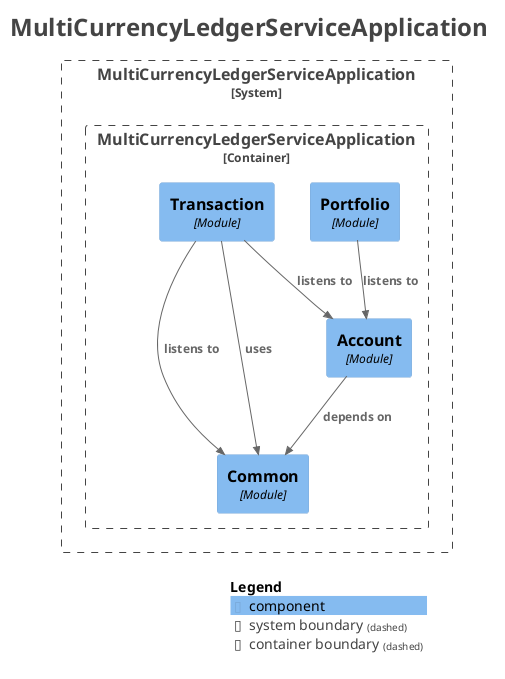
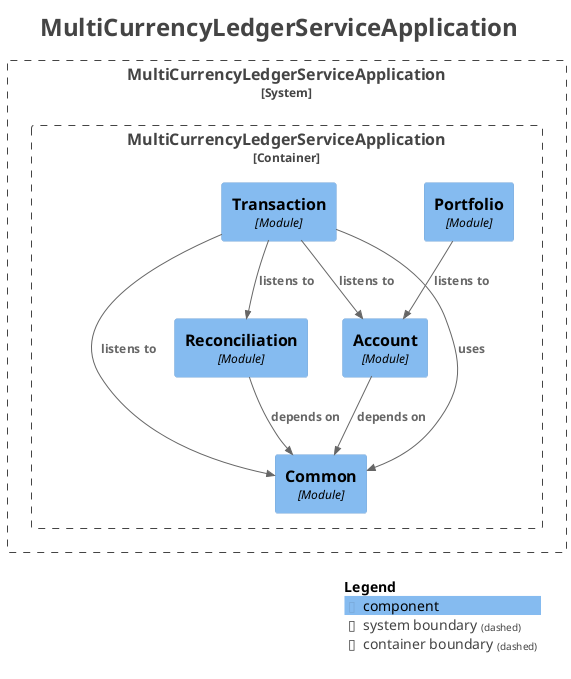
@startuml
title <size:24>MultiCurrencyLedgerServiceApplication</size>

set separator none
top to bottom direction

<style>
  root {
    BackgroundColor: #ffffff
    FontColor: #444444
  }
</style>

!include <C4/C4>
!include <C4/C4_Context>
!include <C4/C4_Component>

System_Boundary("MultiCurrencyLedgerServiceApplication_boundary", "MultiCurrencyLedgerServiceApplication", $tags="") {
  Container_Boundary("MultiCurrencyLedgerServiceApplication.MultiCurrencyLedgerServiceApplication_boundary", "MultiCurrencyLedgerServiceApplication", $tags="") {
    Component(MultiCurrencyLedgerServiceApplication.MultiCurrencyLedgerServiceApplication.Common, "Common", $techn="Module", $descr="", $tags="", $link="")
    Component(MultiCurrencyLedgerServiceApplication.MultiCurrencyLedgerServiceApplication.Account, "Account", $techn="Module", $descr="", $tags="", $link="")
+     Component(MultiCurrencyLedgerServiceApplication.MultiCurrencyLedgerServiceApplication.Reconciliation, "Reconciliation", $techn="Module", $descr="", $tags="", $link="")
    Component(MultiCurrencyLedgerServiceApplication.MultiCurrencyLedgerServiceApplication.Portfolio, "Portfolio", $techn="Module", $descr="", $tags="", $link="")
    Component(MultiCurrencyLedgerServiceApplication.MultiCurrencyLedgerServiceApplication.Transaction, "Transaction", $techn="Module", $descr="", $tags="", $link="")
  }

}

Rel(MultiCurrencyLedgerServiceApplication.MultiCurrencyLedgerServiceApplication.Transaction, MultiCurrencyLedgerServiceApplication.MultiCurrencyLedgerServiceApplication.Account, "listens to", $techn="", $tags="", $link="")
+ Rel(MultiCurrencyLedgerServiceApplication.MultiCurrencyLedgerServiceApplication.Transaction, MultiCurrencyLedgerServiceApplication.MultiCurrencyLedgerServiceApplication.Reconciliation, "listens to", $techn="", $tags="", $link="")
+ Rel(MultiCurrencyLedgerServiceApplication.MultiCurrencyLedgerServiceApplication.Transaction, MultiCurrencyLedgerServiceApplication.MultiCurrencyLedgerServiceApplication.Common, "uses", $techn="", $tags="", $link="")
+ Rel(MultiCurrencyLedgerServiceApplication.MultiCurrencyLedgerServiceApplication.Portfolio, MultiCurrencyLedgerServiceApplication.MultiCurrencyLedgerServiceApplication.Account, "listens to", $techn="", $tags="", $link="")
+ Rel(MultiCurrencyLedgerServiceApplication.MultiCurrencyLedgerServiceApplication.Reconciliation, MultiCurrencyLedgerServiceApplication.MultiCurrencyLedgerServiceApplication.Common, "depends on", $techn="", $tags="", $link="")
+ Rel(MultiCurrencyLedgerServiceApplication.MultiCurrencyLedgerServiceApplication.Account, MultiCurrencyLedgerServiceApplication.MultiCurrencyLedgerServiceApplication.Common, "depends on", $techn="", $tags="", $link="")
Rel(MultiCurrencyLedgerServiceApplication.MultiCurrencyLedgerServiceApplication.Transaction, MultiCurrencyLedgerServiceApplication.MultiCurrencyLedgerServiceApplication.Common, "listens to", $techn="", $tags="", $link="")
- Rel(MultiCurrencyLedgerServiceApplication.MultiCurrencyLedgerServiceApplication.Transaction, MultiCurrencyLedgerServiceApplication.MultiCurrencyLedgerServiceApplication.Common, "uses", $techn="", $tags="", $link="")
- Rel(MultiCurrencyLedgerServiceApplication.MultiCurrencyLedgerServiceApplication.Account, MultiCurrencyLedgerServiceApplication.MultiCurrencyLedgerServiceApplication.Common, "depends on", $techn="", $tags="", $link="")
- Rel(MultiCurrencyLedgerServiceApplication.MultiCurrencyLedgerServiceApplication.Portfolio, MultiCurrencyLedgerServiceApplication.MultiCurrencyLedgerServiceApplication.Account, "listens to", $techn="", $tags="", $link="")

SHOW_LEGEND(true)
hide stereotypes
@enduml